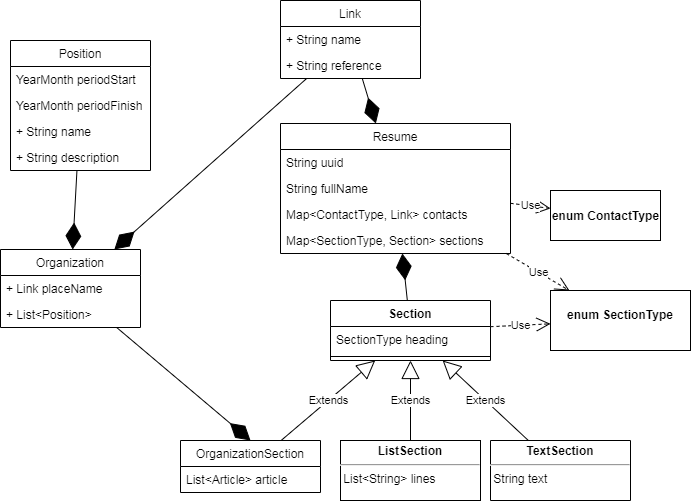
Above: basejava.png in ticherti/basejava (draw.io), before the change. Source tidied: cells renumbered, new cells last; positions are measured from the earlier drawing's top-left corner, leaving out a move shared by most shapes.
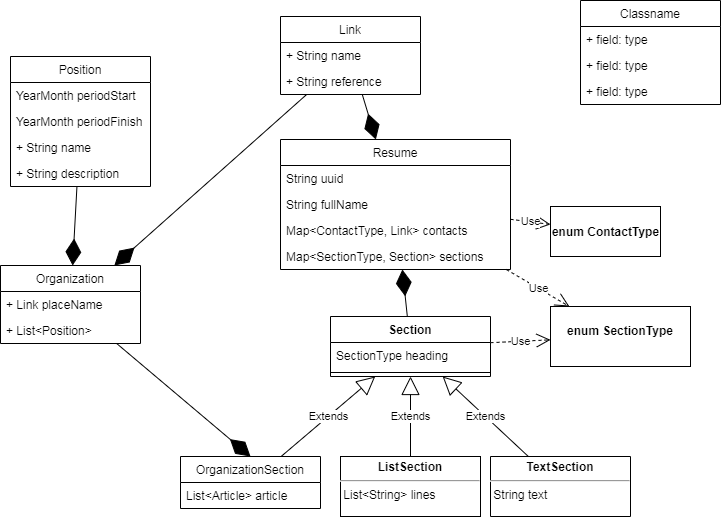
Above is the later version.

What changed in the source:
```diff
@@ -110,5 +110,17 @@
     <mxCell id="37" style="endArrow=diamondThin;endFill=1;endSize=24;html=1;" parent="1" edge="1" source="13" target="2">
       <mxGeometry relative="1" as="geometry" />
     </mxCell>
+    <mxCell id="38" value="Classname" style="swimlane;fontStyle=0;horizontal=1;startSize=26;fillColor=none;" parent="1" vertex="1">
+      <mxGeometry x="580" y="-16" width="140" height="104" as="geometry" />
+    </mxCell>
+    <mxCell id="39" value="+ field: type" style="text;strokeColor=none;fillColor=none;align=left;verticalAlign=top;spacingLeft=4;spacingRight=4;overflow=hidden;" parent="38" vertex="1">
+      <mxGeometry y="26" width="140" height="26" as="geometry" />
+    </mxCell>
+    <mxCell id="40" value="+ field: type" style="text;strokeColor=none;fillColor=none;align=left;verticalAlign=top;spacingLeft=4;spacingRight=4;overflow=hidden;" parent="38" vertex="1">
+      <mxGeometry y="52" width="140" height="26" as="geometry" />
+    </mxCell>
+    <mxCell id="41" value="+ field: type" style="text;strokeColor=none;fillColor=none;align=left;verticalAlign=top;spacingLeft=4;spacingRight=4;overflow=hidden;" parent="38" vertex="1">
+      <mxGeometry y="78" width="140" height="26" as="geometry" />
+    </mxCell>
   </root>
 </mxGraphModel>
```
